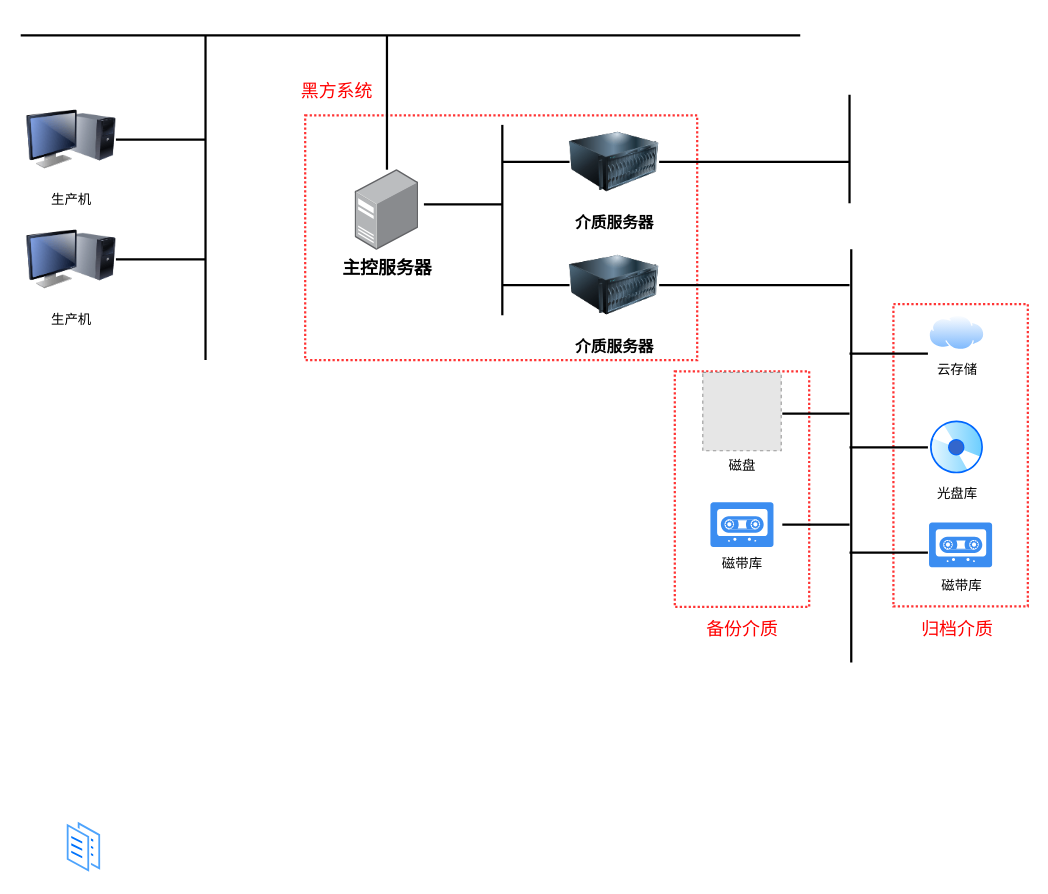
chenzhaoguo/05-LeetCode keeps this draw.io diagram as 1/Untitled Diagram.drawio. Above is the earlier version. Source tidied: cells renumbered, new cells numbered last; positions are measured from the earlier drawing's top-left corner, leaving out a move shared by most shapes. Both pictures are drawn from the tidied source at 112%, with x=0, y=0 at pixel (20, 20). Pictures stored in the file or linked from it are replaced by grey dashed boxes.
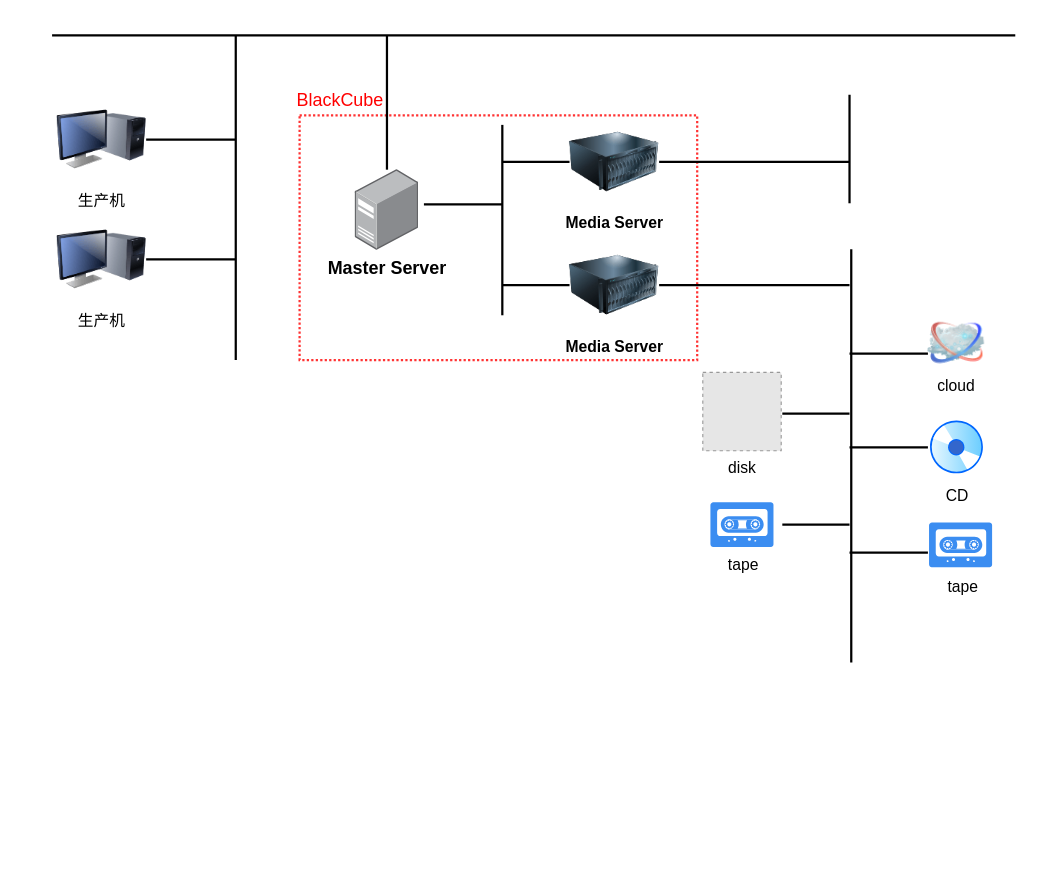
The same page after the edit.

What changed in the source:
```diff
@@
-    <mxCell id="2" style="rounded=0;whiteSpace=wrap;html=1;labelBackgroundColor=none;fontSize=14;fillColor=none;fontColor=#333333;strokeColor=#FF3333;strokeWidth=2;dashed=1;dashPattern=1 1;" parent="1" vertex="1">
-      <mxGeometry x="779.2" y="253.1" width="120" height="269.9" as="geometry" />
-    </mxCell>
-    <mxCell id="3" style="rounded=0;whiteSpace=wrap;html=1;labelBackgroundColor=none;fontSize=14;fillColor=none;fontColor=#333333;strokeColor=#FF3333;strokeWidth=2;dashed=1;dashPattern=1 1;" parent="1" vertex="1">
-      <mxGeometry x="584" y="313" width="120" height="210.4" as="geometry" />
-    </mxCell>
     <mxCell id="4" style="rounded=0;whiteSpace=wrap;html=1;labelBackgroundColor=none;fontSize=14;fillColor=none;fontColor=#333333;strokeColor=#FF3333;strokeWidth=2;dashed=1;dashPattern=1 1;" parent="1" vertex="1">
-      <mxGeometry x="254" y="84.6" width="350" height="218.4" as="geometry" />
+      <mxGeometry x="249" y="84.6" width="355" height="218.4" as="geometry" />
     </mxCell>
     <mxCell id="5" style="line;strokeWidth=2;html=1;" parent="1" vertex="1">
-      <mxGeometry width="696" height="26.2" as="geometry" />
+      <mxGeometry x="28" width="860" height="26.2" as="geometry" />
     </mxCell>
     <mxCell id="6" style="line;strokeWidth=2;direction=north;html=1;" parent="1" vertex="1">
-      <mxGeometry x="160" y="13" width="10" height="290" as="geometry" />
+      <mxGeometry x="187" y="13" width="10" height="290" as="geometry" />
     </mxCell>
     <mxCell id="7" style="line;strokeWidth=2;html=1;" parent="1" vertex="1">
-      <mxGeometry x="85" y="93" width="80" height="26.2" as="geometry" />
+      <mxGeometry x="112" y="93" width="80" height="26.2" as="geometry" />
     </mxCell>
     <mxCell id="8" style="line;strokeWidth=2;html=1;" parent="1" vertex="1">
-      <mxGeometry x="85" y="200" width="80" height="26.2" as="geometry" />
+      <mxGeometry x="112" y="200" width="80" height="26.2" as="geometry" />
     </mxCell>
-    <mxCell id="9" value="生产机" style="image;html=1;image=img/lib/clip_art/computers/Monitor_Tower_128x128.png;" parent="1" vertex="1">
-      <mxGeometry x="5" y="173.1" width="80" height="80" as="geometry" />
+    <mxCell id="9" value="生产机" style="image;html=1;image=img/lib/clip_art/computers/Monitor_Tower_128x128.png;fontSize=14;" parent="1" vertex="1">
+      <mxGeometry x="32" y="173.1" width="80" height="80" as="geometry" />
     </mxCell>
-    <mxCell id="10" value="生产机" style="image;html=1;image=img/lib/clip_art/computers/Monitor_Tower_128x128.png;" parent="1" vertex="1">
-      <mxGeometry x="5" y="66.1" width="80" height="80" as="geometry" />
+    <mxCell id="10" value="生产机" style="image;html=1;image=img/lib/clip_art/computers/Monitor_Tower_128x128.png;fontSize=14;" parent="1" vertex="1">
+      <mxGeometry x="32" y="66.1" width="80" height="80" as="geometry" />
     </mxCell>
@@
-    <mxCell id="16" value="介质服务器" style="image;html=1;image=img/lib/clip_art/computers/Server_128x128.png;fontSize=14;fontStyle=1;" parent="1" vertex="1">
+    <mxCell id="16" value="Media Server" style="image;html=1;image=img/lib/clip_art/computers/Server_128x128.png;fontSize=14;fontStyle=1;" parent="1" vertex="1">
       <mxGeometry x="490" y="86.1" width="80" height="80" as="geometry" />
     </mxCell>
-    <mxCell id="17" value="介质服务器" style="image;html=1;image=img/lib/clip_art/computers/Server_128x128.png;fontSize=14;fontStyle=1;" parent="1" vertex="1">
+    <mxCell id="17" value="Media Server" style="image;html=1;image=img/lib/clip_art/computers/Server_128x128.png;fontSize=14;fontStyle=1;" parent="1" vertex="1">
       <mxGeometry x="490" y="196.1" width="80" height="80" as="geometry" />
     </mxCell>
@@
-    <mxCell id="19" value="光盘库" style="perimeter=ellipsePerimeter;html=1;align=center;shadow=0;dashed=0;spacingTop=3;image;image=img/lib/active_directory/cd_dvd.svg;labelBackgroundColor=none;" parent="1" vertex="1">
+    <mxCell id="19" value="CD" style="perimeter=ellipsePerimeter;html=1;align=center;shadow=0;dashed=0;spacingTop=3;image;image=img/lib/active_directory/cd_dvd.svg;labelBackgroundColor=none;fontSize=14;" parent="1" vertex="1">
       <mxGeometry x="811" y="356" width="50" height="50" as="geometry" />
     </mxCell>
-    <mxCell id="20" style="perimeter=ellipsePerimeter;html=1;align=center;shadow=0;dashed=0;spacingTop=3;image;image=img/lib/active_directory/documents.svg;labelBackgroundColor=#FF3399;" parent="1" vertex="1">
-      <mxGeometry x="40" y="713" width="33" height="50" as="geometry" />
-    </mxCell>
-    <mxCell id="21" value="云存储" style="perimeter=ellipsePerimeter;html=1;align=center;shadow=0;dashed=0;spacingTop=3;image;image=img/lib/active_directory/internet_cloud.svg;labelBackgroundColor=none;" parent="1" vertex="1">
-      <mxGeometry x="811" y="263" width="50" height="31.5" as="geometry" />
-    </mxCell>
@@
-    <mxCell id="26" value="磁带库" style="text;html=1;align=center;verticalAlign=middle;strokeColor=none;fillColor=none;" parent="1" vertex="1">
-      <mxGeometry x="815" y="495" width="50" height="20" as="geometry" />
+    <mxCell id="26" value="tape" style="text;html=1;align=center;verticalAlign=middle;strokeColor=none;fillColor=none;fontSize=14;" parent="1" vertex="1">
+      <mxGeometry x="822" y="495" width="38" height="21" as="geometry" />
     </mxCell>
@@
-    <mxCell id="30" value="磁盘" style="fillColor=#E6E6E6;strokeColor=#999999;dashed=1;html=1;verticalAlign=top;verticalLabelPosition=bottom;labelBackgroundColor=#ffffff;" parent="1" vertex="1">
+    <mxCell id="30" value="disk" style="fillColor=#E6E6E6;strokeColor=#999999;dashed=1;html=1;verticalAlign=top;verticalLabelPosition=bottom;labelBackgroundColor=#ffffff;fontSize=14;" parent="1" vertex="1">
       <mxGeometry x="609" y="314" width="70" height="70" as="geometry" />
     </mxCell>
@@
-    <mxCell id="33" value="备份介质" style="text;html=1;align=center;verticalAlign=middle;strokeColor=none;fillColor=none;fontSize=16;fontColor=#FF0000;" parent="1" vertex="1">
-      <mxGeometry x="604" y="533" width="80" height="20" as="geometry" />
-    </mxCell>
-    <mxCell id="34" value="归档介质" style="text;html=1;align=center;verticalAlign=middle;strokeColor=none;fillColor=none;fontSize=16;fontColor=#FF0000;" parent="1" vertex="1">
-      <mxGeometry x="796" y="533" width="80" height="20" as="geometry" />
-    </mxCell>
-    <mxCell id="35" value="黑方系统" style="text;html=1;align=center;verticalAlign=middle;strokeColor=none;fillColor=none;fontSize=16;fontColor=#FF0000;" parent="1" vertex="1">
-      <mxGeometry x="242" y="53" width="80" height="20" as="geometry" />
+    <mxCell id="35" value="BlackCube" style="text;html=1;align=center;verticalAlign=middle;strokeColor=none;fillColor=none;fontSize=16;fontColor=#FF0000;" parent="1" vertex="1">
+      <mxGeometry x="241" y="59" width="87" height="23" as="geometry" />
     </mxCell>
-    <mxCell id="36" value="主控服务器" style="html=1;align=center;shadow=0;dashed=0;image;image=img/lib/allied_telesis/computer_and_terminals/Server_Desktop.svg;dashPattern=1 1;labelBackgroundColor=none;fontSize=16;fontColor=#000000;strokeColor=#FF3333;strokeWidth=2;fillColor=none;fontStyle=1;" parent="1" vertex="1">
+    <mxCell id="36" value="Master Server" style="html=1;align=center;shadow=0;dashed=0;image;image=img/lib/allied_telesis/computer_and_terminals/Server_Desktop.svg;dashPattern=1 1;labelBackgroundColor=none;fontSize=16;fontColor=#000000;strokeColor=#FF3333;strokeWidth=2;fillColor=none;fontStyle=1;" parent="1" vertex="1">
       <mxGeometry x="298.6" y="133" width="56.8" height="72" as="geometry" />
     </mxCell>
@@
-    <mxCell id="38" value="磁带库" style="text;html=1;align=center;verticalAlign=middle;strokeColor=none;fillColor=none;" parent="1" vertex="1">
-      <mxGeometry x="619" y="475" width="50" height="20" as="geometry" />
+    <mxCell id="38" value="tape" style="text;html=1;align=center;verticalAlign=middle;strokeColor=none;fillColor=none;fontSize=14;" parent="1" vertex="1">
+      <mxGeometry x="626" y="475" width="38" height="21" as="geometry" />
     </mxCell>
+    <mxCell id="39" value="cloud" style="image;html=1;image=img/lib/clip_art/networking/Cloud_128x128.png;labelBackgroundColor=none;fontSize=14;fontColor=#000000;strokeColor=#000000;strokeWidth=2;fillColor=none;" parent="1" vertex="1">
+      <mxGeometry x="810" y="265.5" width="50.8" height="45" as="geometry" />
+    </mxCell>
```
